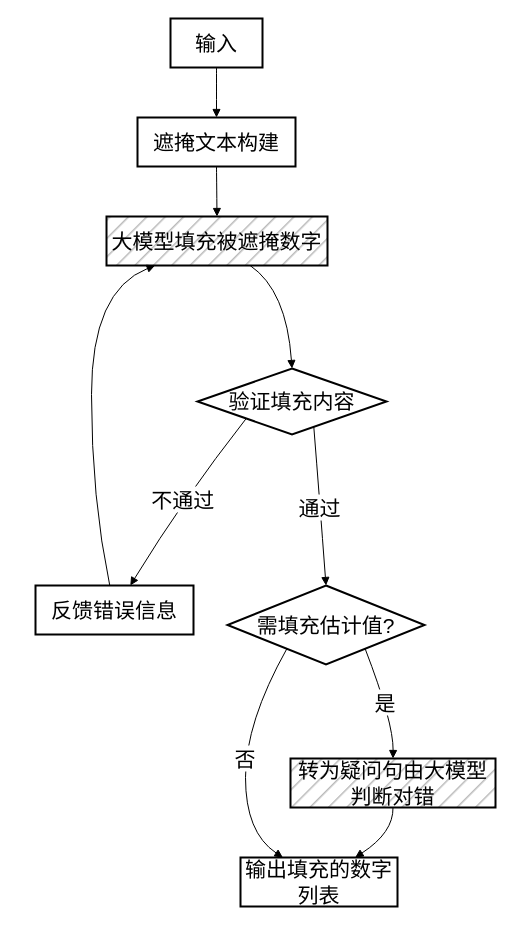
This is payment_report.drawio from CindyZX/drawio_figures, a draw.io file, before an edit. Source tidied: cells renumbered, new cells numbered last; positions are measured from the earlier drawing's top-left corner, leaving out a move shared by most shapes. Both pictures are drawn from the tidied source at 100%, with x=0, y=0 at pixel (35, 18).
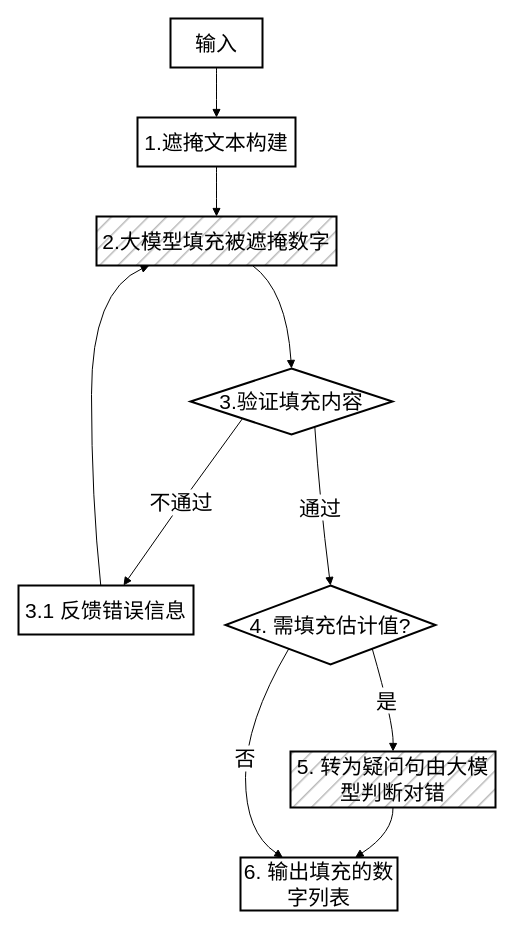
The same page after the edit.

The edit, as a diff of the source:
```diff
@@
-    <mxCell id="3" value="遮掩文本构建" style="whiteSpace=wrap;strokeWidth=2;fontSize=21;" parent="1" vertex="1">
+    <mxCell id="3" value="1.遮掩文本构建" style="whiteSpace=wrap;strokeWidth=2;fontSize=21;" parent="1" vertex="1">
       <mxGeometry x="102" y="99" width="158" height="49" as="geometry" />
     </mxCell>
-    <mxCell id="4" value="大模型填充被遮掩数字" style="whiteSpace=wrap;strokeWidth=2;fontSize=21;fillStyle=hatch;fillColor=#BABABA;" parent="1" vertex="1">
-      <mxGeometry x="71" y="198" width="221" height="49" as="geometry" />
+    <mxCell id="4" value="2.大模型填充被遮掩数字" style="whiteSpace=wrap;strokeWidth=2;fontSize=21;fillStyle=hatch;fillColor=#BABABA;" parent="1" vertex="1">
+      <mxGeometry x="61" y="198" width="240" height="49" as="geometry" />
     </mxCell>
-    <mxCell id="5" value="验证填充内容" style="rhombus;strokeWidth=2;whiteSpace=wrap;fontSize=21;" parent="1" vertex="1">
-      <mxGeometry x="162" y="350" width="189" height="66" as="geometry" />
+    <mxCell id="5" value="3.验证填充内容" style="rhombus;strokeWidth=2;whiteSpace=wrap;fontSize=21;" parent="1" vertex="1">
+      <mxGeometry x="155" y="350" width="202" height="66" as="geometry" />
     </mxCell>
-    <mxCell id="6" value="反馈错误信息" style="whiteSpace=wrap;strokeWidth=2;fontSize=21;" parent="1" vertex="1">
-      <mxGeometry y="567" width="158" height="49" as="geometry" />
+    <mxCell id="6" value="3.1 反馈错误信息" style="whiteSpace=wrap;strokeWidth=2;fontSize=21;" parent="1" vertex="1">
+      <mxGeometry x="-17" y="567" width="175" height="49" as="geometry" />
     </mxCell>
-    <mxCell id="7" value="需填充估计值?" style="rhombus;strokeWidth=2;whiteSpace=wrap;fontSize=21;" parent="1" vertex="1">
-      <mxGeometry x="192" y="567" width="197" height="79" as="geometry" />
+    <mxCell id="7" value="4. 需填充估计值?" style="rhombus;strokeWidth=2;whiteSpace=wrap;fontSize=21;" parent="1" vertex="1">
+      <mxGeometry x="190" y="567" width="210" height="79" as="geometry" />
     </mxCell>
-    <mxCell id="8" value="转为疑问句由大模型判断对错" style="whiteSpace=wrap;strokeWidth=2;fontSize=21;fillStyle=hatch;fillColor=#BABABA;" parent="1" vertex="1">
-      <mxGeometry x="255" y="740" width="205" height="49" as="geometry" />
+    <mxCell id="8" value="5. 转为疑问句由大模型判断对错" style="whiteSpace=wrap;strokeWidth=2;fontSize=21;fillStyle=hatch;fillColor=#BABABA;" parent="1" vertex="1">
+      <mxGeometry x="255" y="733" width="205" height="56" as="geometry" />
     </mxCell>
-    <mxCell id="9" value="输出填充的数字列表" style="whiteSpace=wrap;strokeWidth=2;fontSize=21;" parent="1" vertex="1">
-      <mxGeometry x="205" y="839" width="157" height="49" as="geometry" />
+    <mxCell id="9" value="6. 输出填充的数字列表" style="whiteSpace=wrap;strokeWidth=2;fontSize=21;" parent="1" vertex="1">
+      <mxGeometry x="205" y="839" width="157" height="53" as="geometry" />
     </mxCell>
```
